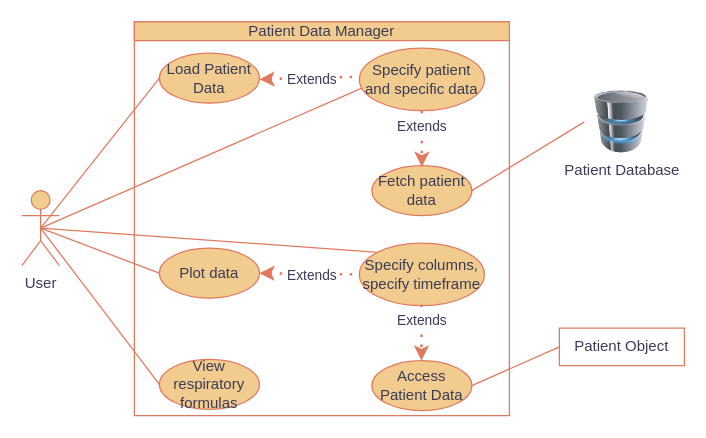
The draw.io diagram Figures/PDM_Use_Case.drawio in lleuch18/P9, before the edit. Source tidied: cells renumbered, new cells numbered last; positions are measured from the earlier drawing's top-left corner, leaving out a move shared by most shapes. Both pictures are drawn from the tidied source at 125%, with x=0, y=0 at pixel (21, 21).
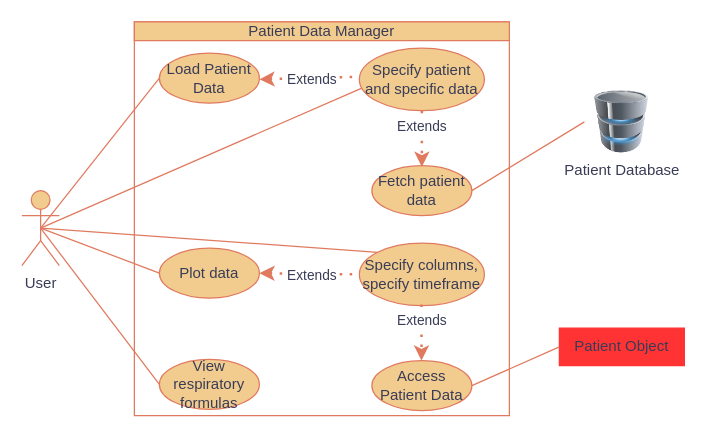
After the change.

The edit, as a diff of the source:
```diff
@@
-    <mxCell id="13" value="Patient Object" style="rounded=0;whiteSpace=wrap;html=1;strokeColor=#E07A5F;fontColor=#393C56;fillColor=#FFFFFF;" parent="1" vertex="1">
+    <mxCell id="13" value="Patient Object" style="rounded=0;whiteSpace=wrap;html=1;strokeColor=#FF3333;fontColor=#393C56;fillColor=#FF3333;" parent="1" vertex="1">
       <mxGeometry x="430" y="245" width="100" height="30" as="geometry" />
     </mxCell>
```
